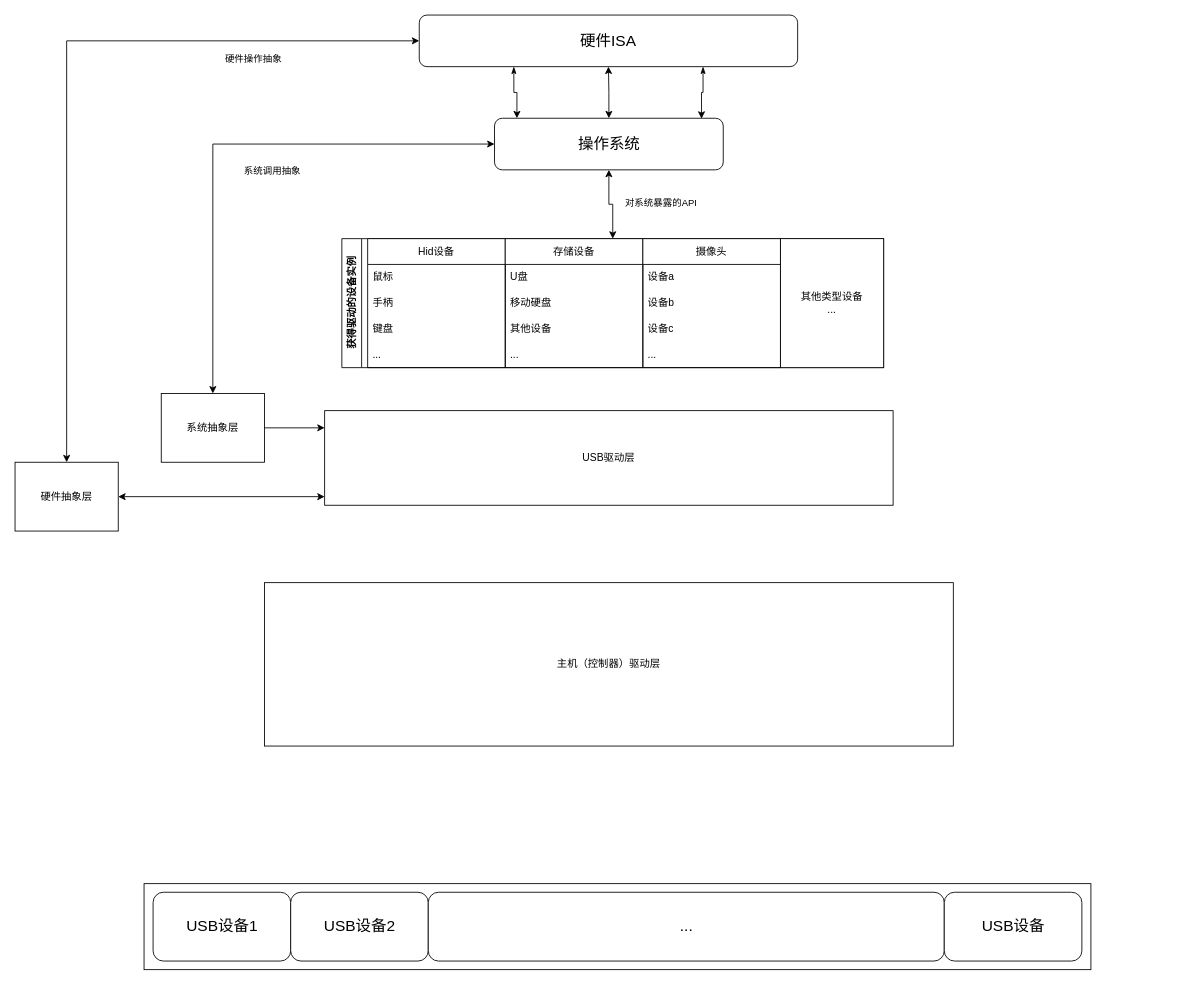
dbydd/UUSBDriver keeps this draw.io diagram as documents/架构.drawio. Above is the earlier version. Source tidied: cells renumbered, new cells numbered last; positions are measured from the earlier drawing's top-left corner, leaving out a move shared by most shapes. Both pictures are drawn from the tidied source at 86%, with x=0, y=0 at pixel (15, 15).
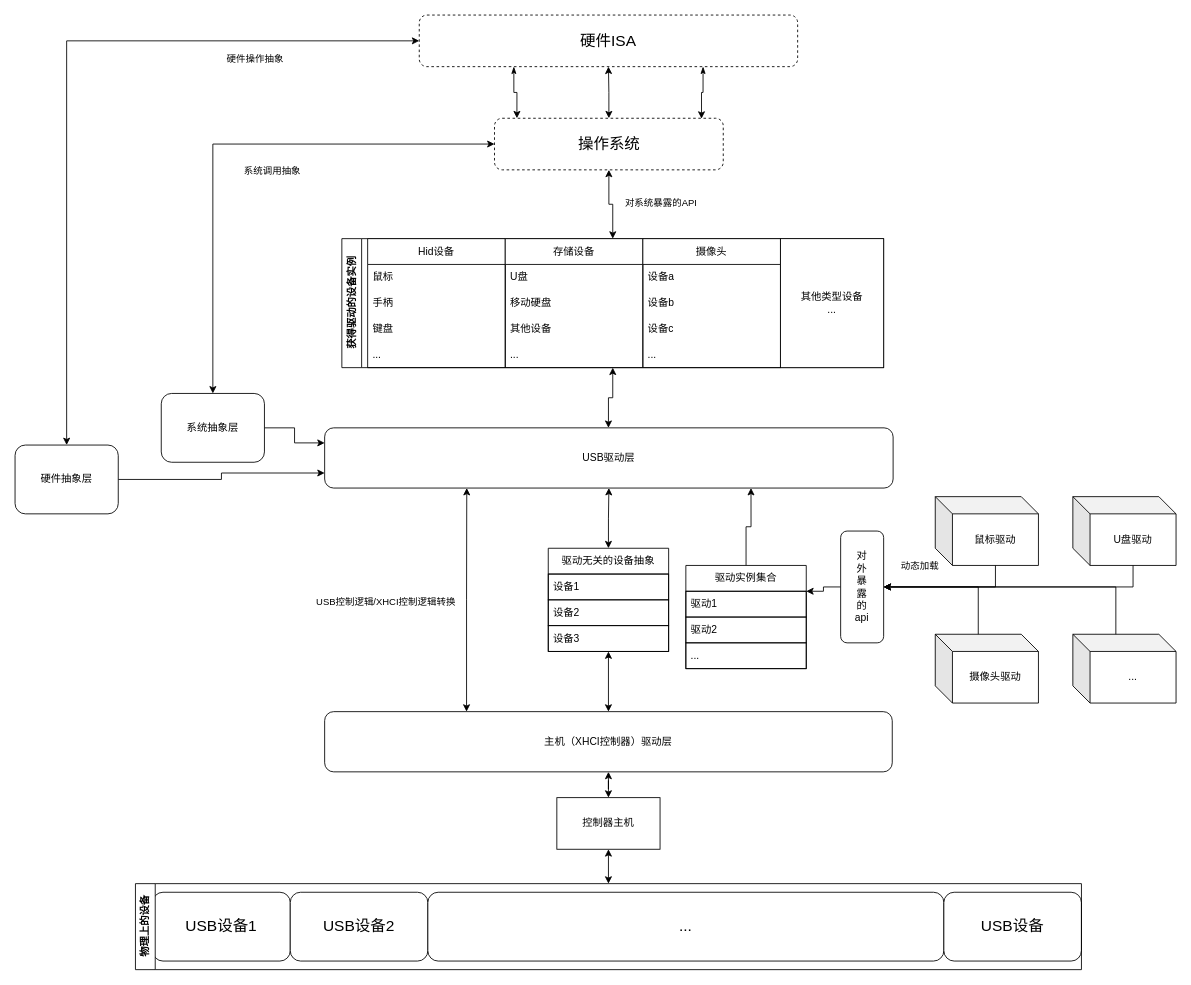
Above is the later version.

Unchanged cells that the change refers to:
```xml
<mxCell id="15" value="获得驱动的设备实例" style="swimlane;horizontal=0;whiteSpace=wrap;html=1;" parent="1" vertex="1">
  <mxGeometry x="380" y="260" width="630" height="150" as="geometry" />
</mxCell>
```

Diff of the diagram source:
```diff
@@
-    <mxCell id="3" value="&lt;font style=&quot;font-size: 18px;&quot;&gt;操作系统&lt;/font&gt;" style="rounded=1;whiteSpace=wrap;html=1;" parent="1" vertex="1">
+    <mxCell id="3" value="&lt;font style=&quot;font-size: 18px;&quot;&gt;操作系统&lt;/font&gt;" style="rounded=1;whiteSpace=wrap;html=1;dashed=1;" parent="1" vertex="1">
       <mxGeometry x="557.5" y="120" width="266" height="60" as="geometry" />
     </mxCell>
-    <mxCell id="4" value="&lt;font style=&quot;font-size: 18px;&quot;&gt;硬件ISA&lt;/font&gt;" style="rounded=1;whiteSpace=wrap;html=1;" parent="1" vertex="1">
+    <mxCell id="4" value="&lt;font style=&quot;font-size: 18px;&quot;&gt;硬件ISA&lt;/font&gt;" style="rounded=1;whiteSpace=wrap;html=1;dashed=1;" parent="1" vertex="1">
       <mxGeometry x="470" width="440" height="60" as="geometry" />
     </mxCell>
@@
-    <mxCell id="7" style="group;" parent="1" vertex="1">
-      <mxGeometry x="150" y="1010" width="1101" height="100" as="geometry" />
-    </mxCell>
-    <mxCell id="8" style="rounded=0;whiteSpace=wrap;html=1;" parent="7" vertex="1">
-      <mxGeometry width="1101" height="100" as="geometry" />
-    </mxCell>
+    <mxCell id="13" style="edgeStyle=orthogonalEdgeStyle;rounded=0;jettySize=auto;html=1;exitX=0.5;exitY=0;exitDx=0;exitDy=0;entryX=0.5;entryY=1;entryDx=0;entryDy=0;startArrow=classic;startFill=1;" parent="1" edge="1" source="15" target="3">
+      <mxGeometry relative="1" as="geometry" />
+    </mxCell>
+    <mxCell id="14" value="对系统暴露的API" style="edgeLabel;html=1;align=center;verticalAlign=middle;fontSize=11;" parent="13" vertex="1">
+      <mxGeometry x="-0.11" relative="1" as="geometry">
+        <mxPoint x="55" y="-4" as="offset" />
+      </mxGeometry>
+    </mxCell>
+    <mxCell id="42" style="edgeStyle=orthogonalEdgeStyle;rounded=0;jettySize=auto;html=1;startArrow=classic;startFill=1;" parent="1" edge="1" source="15" target="32">
+      <mxGeometry relative="1" as="geometry">
+        <Array as="points">
+          <mxPoint x="695" y="445" />
+          <mxPoint x="690" y="445" />
+        </Array>
+      </mxGeometry>
+    </mxCell>
+    <mxCell id="32" value="USB驱动层" style="rounded=1;whiteSpace=wrap;html=1;" parent="1" vertex="1">
+      <mxGeometry x="360" y="480" width="661" height="70" as="geometry" />
+    </mxCell>
+    <mxCell id="43" style="edgeStyle=orthogonalEdgeStyle;rounded=0;jettySize=auto;html=1;exitX=0.25;exitY=0;exitDx=0;exitDy=0;entryX=0.25;entryY=1;entryDx=0;entryDy=0;startArrow=classic;startFill=1;" parent="1" edge="1" source="33" target="32">
+      <mxGeometry relative="1" as="geometry" />
+    </mxCell>
+    <mxCell id="44" value="USB控制逻辑/XHCI控制逻辑转换" style="edgeLabel;html=1;align=center;verticalAlign=middle;" parent="43" vertex="1">
+      <mxGeometry x="-0.12" y="7" relative="1" as="geometry">
+        <mxPoint x="-88" y="-13" as="offset" />
+      </mxGeometry>
+    </mxCell>
+    <mxCell id="45" style="edgeStyle=orthogonalEdgeStyle;rounded=0;jettySize=auto;html=1;entryX=0.5;entryY=0;entryDx=0;entryDy=0;startArrow=classic;startFill=1;" parent="1" edge="1" source="33" target="56">
+      <mxGeometry relative="1" as="geometry" />
+    </mxCell>
+    <mxCell id="33" value="主机（XHCI控制器）驱动层" style="rounded=1;whiteSpace=wrap;html=1;strokeColor=default;" parent="1" vertex="1">
+      <mxGeometry x="360" y="810" width="660" height="70" as="geometry" />
+    </mxCell>
+    <mxCell id="34" style="edgeStyle=orthogonalEdgeStyle;rounded=0;jettySize=auto;html=1;exitX=0.5;exitY=0;exitDx=0;exitDy=0;entryX=0;entryY=0.5;entryDx=0;entryDy=0;startArrow=classic;startFill=1;" parent="1" edge="1" source="37" target="4">
+      <mxGeometry relative="1" as="geometry" />
+    </mxCell>
+    <mxCell id="35" value="硬件操作抽象" style="edgeLabel;html=1;align=center;verticalAlign=middle;" parent="34" vertex="1">
+      <mxGeometry x="0.78" y="-2" relative="1" as="geometry">
+        <mxPoint x="-95" y="18" as="offset" />
+      </mxGeometry>
+    </mxCell>
+    <mxCell id="46" style="edgeStyle=orthogonalEdgeStyle;rounded=0;jettySize=auto;html=1;exitX=1;exitY=0.5;exitDx=0;exitDy=0;entryX=0;entryY=0.75;entryDx=0;entryDy=0;" parent="1" edge="1" source="37" target="32">
+      <mxGeometry relative="1" as="geometry" />
+    </mxCell>
+    <mxCell id="37" value="硬件抽象层" style="rounded=1;whiteSpace=wrap;html=1;" parent="1" vertex="1">
+      <mxGeometry y="500" width="120" height="80" as="geometry" />
+    </mxCell>
+    <mxCell id="39" style="edgeStyle=orthogonalEdgeStyle;rounded=0;jettySize=auto;html=1;entryX=0;entryY=0.5;entryDx=0;entryDy=0;startArrow=classic;startFill=1;" parent="1" edge="1" source="41" target="3">
+      <mxGeometry relative="1" as="geometry">
+        <Array as="points">
+          <mxPoint x="230" y="150" />
+        </Array>
+      </mxGeometry>
+    </mxCell>
+    <mxCell id="40" value="系统调用抽象" style="edgeLabel;html=1;align=center;verticalAlign=middle;" parent="39" vertex="1">
+      <mxGeometry x="0.16" y="-2" relative="1" as="geometry">
+        <mxPoint y="28" as="offset" />
+      </mxGeometry>
+    </mxCell>
+    <mxCell id="47" style="edgeStyle=orthogonalEdgeStyle;rounded=0;jettySize=auto;html=1;exitX=1;exitY=0.5;exitDx=0;exitDy=0;entryX=0;entryY=0.25;entryDx=0;entryDy=0;" parent="1" edge="1" source="41" target="32">
+      <mxGeometry relative="1" as="geometry" />
+    </mxCell>
+    <mxCell id="41" value="系统抽象层" style="rounded=1;whiteSpace=wrap;html=1;" parent="1" vertex="1">
+      <mxGeometry x="170" y="440" width="120" height="80" as="geometry" />
+    </mxCell>
+    <mxCell id="48" style="edgeStyle=orthogonalEdgeStyle;rounded=0;jettySize=auto;html=1;entryX=0.5;entryY=0;entryDx=0;entryDy=0;startArrow=classic;startFill=1;" parent="1" edge="1" source="49" target="33">
+      <mxGeometry relative="1" as="geometry" />
+    </mxCell>
+    <mxCell id="49" value="驱动无关的设备抽象" style="swimlane;fontStyle=0;horizontal=1;startSize=30;whiteSpace=wrap;html=1;" parent="1" vertex="1">
+      <mxGeometry x="620" y="620" width="140" height="120" as="geometry" />
+    </mxCell>
+    <mxCell id="50" value="设备1" style="text;strokeColor=default;fillColor=none;align=left;verticalAlign=middle;spacingLeft=4;spacingRight=4;overflow=hidden;whiteSpace=wrap;html=1;shadow=0;" parent="49" vertex="1">
+      <mxGeometry y="30" width="140" height="30" as="geometry" />
+    </mxCell>
+    <mxCell id="51" value="设备2" style="text;strokeColor=default;fillColor=none;align=left;verticalAlign=middle;spacingLeft=4;spacingRight=4;overflow=hidden;whiteSpace=wrap;html=1;" parent="49" vertex="1">
+      <mxGeometry y="60" width="140" height="30" as="geometry" />
+    </mxCell>
+    <mxCell id="52" value="设备3" style="text;strokeColor=default;fillColor=none;align=left;verticalAlign=middle;spacingLeft=4;spacingRight=4;overflow=hidden;whiteSpace=wrap;html=1;" parent="49" vertex="1">
+      <mxGeometry y="90" width="140" height="30" as="geometry" />
+    </mxCell>
+    <mxCell id="53" style="group;" parent="1" vertex="1">
+      <mxGeometry x="140" y="1010" width="1100" height="100" as="geometry" />
+    </mxCell>
-    <mxCell id="9" value="&lt;span style=&quot;font-size: 18px;&quot;&gt;USB&lt;/span&gt;&lt;span style=&quot;font-size: 18px; background-color: initial;&quot;&gt;设备1&lt;/span&gt;" style="rounded=1;whiteSpace=wrap;html=1;" parent="7" vertex="1">
-      <mxGeometry x="10.5" y="10" width="160" height="80" as="geometry" />
+    <mxCell id="9" value="&lt;span style=&quot;font-size: 18px;&quot;&gt;USB&lt;/span&gt;&lt;span style=&quot;font-size: 18px; background-color: initial;&quot;&gt;设备1&lt;/span&gt;" style="rounded=1;whiteSpace=wrap;html=1;" parent="53" vertex="1">
+      <mxGeometry x="20" y="10" width="160" height="80" as="geometry" />
     </mxCell>
-    <mxCell id="10" value="&lt;span style=&quot;font-size: 18px;&quot;&gt;USB&lt;/span&gt;&lt;span style=&quot;font-size: 18px; background-color: initial;&quot;&gt;设备2&lt;/span&gt;" style="rounded=1;whiteSpace=wrap;html=1;" parent="7" vertex="1">
-      <mxGeometry x="170.5" y="10" width="160" height="80" as="geometry" />
+    <mxCell id="10" value="&lt;span style=&quot;font-size: 18px;&quot;&gt;USB&lt;/span&gt;&lt;span style=&quot;font-size: 18px; background-color: initial;&quot;&gt;设备2&lt;/span&gt;" style="rounded=1;whiteSpace=wrap;html=1;" parent="53" vertex="1">
+      <mxGeometry x="180" y="10" width="160" height="80" as="geometry" />
     </mxCell>
-    <mxCell id="11" value="&lt;span style=&quot;font-size: 18px;&quot;&gt;...&lt;/span&gt;" style="rounded=1;whiteSpace=wrap;html=1;" parent="7" vertex="1">
-      <mxGeometry x="330.5" y="10" width="600" height="80" as="geometry" />
+    <mxCell id="11" value="&lt;span style=&quot;font-size: 18px;&quot;&gt;...&lt;/span&gt;" style="rounded=1;whiteSpace=wrap;html=1;" parent="53" vertex="1">
+      <mxGeometry x="340" y="10" width="600" height="80" as="geometry" />
     </mxCell>
-    <mxCell id="12" value="&lt;span style=&quot;font-size: 18px;&quot;&gt;USB&lt;/span&gt;&lt;span style=&quot;font-size: 18px; background-color: initial;&quot;&gt;设备&lt;/span&gt;" style="rounded=1;whiteSpace=wrap;html=1;" parent="7" vertex="1">
-      <mxGeometry x="930.5" y="10" width="160" height="80" as="geometry" />
+    <mxCell id="12" value="&lt;span style=&quot;font-size: 18px;&quot;&gt;USB&lt;/span&gt;&lt;span style=&quot;font-size: 18px; background-color: initial;&quot;&gt;设备&lt;/span&gt;" style="rounded=1;whiteSpace=wrap;html=1;" parent="53" vertex="1">
+      <mxGeometry x="940" y="10" width="160" height="80" as="geometry" />
     </mxCell>
-    <mxCell id="13" style="edgeStyle=orthogonalEdgeStyle;rounded=0;jettySize=auto;html=1;exitX=0.5;exitY=0;exitDx=0;exitDy=0;entryX=0.5;entryY=1;entryDx=0;entryDy=0;startArrow=classic;startFill=1;" parent="1" edge="1" source="15" target="3">
-      <mxGeometry relative="1" as="geometry" />
-    </mxCell>
-    <mxCell id="14" value="对系统暴露的API" style="edgeLabel;html=1;align=center;verticalAlign=middle;fontSize=11;" parent="13" vertex="1">
-      <mxGeometry x="-0.11" relative="1" as="geometry">
-        <mxPoint x="55" y="-4" as="offset" />
-      </mxGeometry>
-    </mxCell>
+    <mxCell id="54" value="物理上的设备" style="swimlane;horizontal=0;whiteSpace=wrap;html=1;" parent="53" vertex="1">
+      <mxGeometry width="1100" height="100" as="geometry" />
+    </mxCell>
+    <mxCell id="55" style="edgeStyle=orthogonalEdgeStyle;rounded=0;jettySize=auto;html=1;exitX=0.5;exitY=1;exitDx=0;exitDy=0;entryX=0.5;entryY=0;entryDx=0;entryDy=0;startArrow=classic;startFill=1;" parent="1" edge="1" source="56" target="54">
+      <mxGeometry relative="1" as="geometry" />
+    </mxCell>
+    <mxCell id="56" value="控制器主机" style="rounded=0;whiteSpace=wrap;html=1;" parent="1" vertex="1">
+      <mxGeometry x="630" y="910" width="120" height="60" as="geometry" />
+    </mxCell>
+    <mxCell id="57" style="edgeStyle=orthogonalEdgeStyle;rounded=0;jettySize=auto;html=1;exitX=0.5;exitY=0;exitDx=0;exitDy=0;entryX=0.5;entryY=1;entryDx=0;entryDy=0;startArrow=classic;startFill=1;" parent="1" edge="1" source="49" target="32">
+      <mxGeometry relative="1" as="geometry" />
+    </mxCell>
+    <mxCell id="58" style="edgeStyle=orthogonalEdgeStyle;rounded=0;jettySize=auto;html=1;exitX=0;exitY=0.5;exitDx=0;exitDy=0;entryX=1;entryY=0.25;entryDx=0;entryDy=0;" parent="1" edge="1" source="59" target="70">
+      <mxGeometry relative="1" as="geometry" />
+    </mxCell>
+    <mxCell id="59" value="对&lt;div&gt;外&lt;/div&gt;&lt;div&gt;暴&lt;/div&gt;&lt;div&gt;露&lt;/div&gt;&lt;div&gt;的&lt;/div&gt;&lt;div&gt;api&lt;/div&gt;" style="rounded=1;whiteSpace=wrap;html=1;" parent="1" vertex="1">
+      <mxGeometry x="960" y="600" width="50" height="130" as="geometry" />
+    </mxCell>
+    <mxCell id="60" value="鼠标驱动" style="shape=cube;whiteSpace=wrap;html=1;boundedLbl=1;backgroundOutline=1;darkOpacity=0.05;darkOpacity2=0.1;" parent="1" vertex="1">
+      <mxGeometry x="1070" y="560" width="120" height="80" as="geometry" />
+    </mxCell>
+    <mxCell id="61" value="U盘驱动" style="shape=cube;whiteSpace=wrap;html=1;boundedLbl=1;backgroundOutline=1;darkOpacity=0.05;darkOpacity2=0.1;" parent="1" vertex="1">
+      <mxGeometry x="1230" y="560" width="120" height="80" as="geometry" />
+    </mxCell>
+    <mxCell id="62" value="摄像头驱动" style="shape=cube;whiteSpace=wrap;html=1;boundedLbl=1;backgroundOutline=1;darkOpacity=0.05;darkOpacity2=0.1;" parent="1" vertex="1">
+      <mxGeometry x="1070" y="720" width="120" height="80" as="geometry" />
+    </mxCell>
+    <mxCell id="63" value="..." style="shape=cube;whiteSpace=wrap;html=1;boundedLbl=1;backgroundOutline=1;darkOpacity=0.05;darkOpacity2=0.1;" parent="1" vertex="1">
+      <mxGeometry x="1230" y="720" width="120" height="80" as="geometry" />
+    </mxCell>
+    <mxCell id="64" style="edgeStyle=orthogonalEdgeStyle;rounded=0;jettySize=auto;html=1;exitX=1;exitY=0.5;exitDx=0;exitDy=0;entryX=0;entryY=0;entryDx=70;entryDy=80;entryPerimeter=0;startArrow=classic;startFill=1;endArrow=none;endFill=0;" parent="1" edge="1" source="59" target="61">
+      <mxGeometry relative="1" as="geometry" />
+    </mxCell>
+    <mxCell id="65" style="edgeStyle=orthogonalEdgeStyle;rounded=0;jettySize=auto;html=1;exitX=1;exitY=0.5;exitDx=0;exitDy=0;entryX=0;entryY=0;entryDx=50;entryDy=0;entryPerimeter=0;startArrow=classic;startFill=1;endArrow=none;endFill=0;" parent="1" edge="1" source="59" target="63">
+      <mxGeometry relative="1" as="geometry" />
+    </mxCell>
+    <mxCell id="66" style="edgeStyle=orthogonalEdgeStyle;rounded=0;jettySize=auto;html=1;exitX=1;exitY=0.5;exitDx=0;exitDy=0;entryX=0;entryY=0;entryDx=50;entryDy=0;entryPerimeter=0;startArrow=classic;startFill=1;endArrow=none;endFill=0;" parent="1" edge="1" source="59" target="62">
+      <mxGeometry relative="1" as="geometry" />
+    </mxCell>
+    <mxCell id="67" style="edgeStyle=orthogonalEdgeStyle;rounded=0;jettySize=auto;html=1;exitX=1;exitY=0.5;exitDx=0;exitDy=0;entryX=0;entryY=0;entryDx=70;entryDy=80;entryPerimeter=0;startArrow=classic;startFill=1;endArrow=none;endFill=0;" parent="1" edge="1" source="59" target="60">
+      <mxGeometry relative="1" as="geometry" />
+    </mxCell>
+    <mxCell id="68" value="动态加载" style="edgeLabel;html=1;align=center;verticalAlign=middle;" parent="67" vertex="1">
+      <mxGeometry x="-0.26" y="1" relative="1" as="geometry">
+        <mxPoint x="-16" y="-24" as="offset" />
+      </mxGeometry>
+    </mxCell>
+    <mxCell id="69" style="edgeStyle=orthogonalEdgeStyle;rounded=0;jettySize=auto;html=1;exitX=0.5;exitY=0;exitDx=0;exitDy=0;entryX=0.75;entryY=1;entryDx=0;entryDy=0;" parent="1" edge="1" source="70" target="32">
+      <mxGeometry relative="1" as="geometry" />
+    </mxCell>
+    <mxCell id="70" value="驱动实例集合" style="swimlane;fontStyle=0;horizontal=1;startSize=30;whiteSpace=wrap;html=1;" parent="1" vertex="1">
+      <mxGeometry x="780" y="640" width="140" height="120" as="geometry" />
+    </mxCell>
+    <mxCell id="71" value="驱动1" style="text;strokeColor=default;fillColor=none;align=left;verticalAlign=middle;spacingLeft=4;spacingRight=4;overflow=hidden;whiteSpace=wrap;html=1;shadow=0;" parent="70" vertex="1">
+      <mxGeometry y="30" width="140" height="30" as="geometry" />
+    </mxCell>
+    <mxCell id="72" value="驱动2" style="text;strokeColor=default;fillColor=none;align=left;verticalAlign=middle;spacingLeft=4;spacingRight=4;overflow=hidden;whiteSpace=wrap;html=1;" parent="70" vertex="1">
+      <mxGeometry y="60" width="140" height="30" as="geometry" />
+    </mxCell>
+    <mxCell id="73" value="..." style="text;strokeColor=default;fillColor=none;align=left;verticalAlign=middle;spacingLeft=4;spacingRight=4;overflow=hidden;whiteSpace=wrap;html=1;" parent="70" vertex="1">
+      <mxGeometry y="90" width="140" height="30" as="geometry" />
+    </mxCell>
@@
-    <mxCell id="32" value="USB驱动层" style="rounded=0;whiteSpace=wrap;html=1;" parent="1" vertex="1">
-      <mxGeometry x="360" y="460" width="661" height="110" as="geometry" />
-    </mxCell>
-    <mxCell id="33" value="主机（控制器）驱动层" style="rounded=0;whiteSpace=wrap;html=1;" parent="1" vertex="1">
-      <mxGeometry x="290" y="660" width="801" height="190" as="geometry" />
-    </mxCell>
-    <mxCell id="34" style="edgeStyle=orthogonalEdgeStyle;rounded=0;jettySize=auto;html=1;exitX=0.5;exitY=0;exitDx=0;exitDy=0;entryX=0;entryY=0.5;entryDx=0;entryDy=0;startArrow=classic;startFill=1;" parent="1" edge="1" source="37" target="4">
-      <mxGeometry relative="1" as="geometry" />
-    </mxCell>
-    <mxCell id="35" value="硬件操作抽象" style="edgeLabel;html=1;align=center;verticalAlign=middle;" parent="34" vertex="1">
-      <mxGeometry x="0.78" y="-2" relative="1" as="geometry">
-        <mxPoint x="-95" y="18" as="offset" />
-      </mxGeometry>
-    </mxCell>
-    <mxCell id="36" style="edgeStyle=orthogonalEdgeStyle;rounded=0;jettySize=auto;html=1;startArrow=classic;startFill=1;" parent="1" edge="1" source="37">
-      <mxGeometry relative="1" as="geometry">
-        <mxPoint x="360" y="560" as="targetPoint" />
-        <Array as="points">
-          <mxPoint x="360" y="560" />
-        </Array>
-      </mxGeometry>
-    </mxCell>
-    <mxCell id="37" value="硬件抽象层" style="rounded=0;whiteSpace=wrap;html=1;" parent="1" vertex="1">
-      <mxGeometry y="520" width="120" height="80" as="geometry" />
-    </mxCell>
-    <mxCell id="38" style="edgeStyle=orthogonalEdgeStyle;rounded=0;jettySize=auto;html=1;exitX=1;exitY=0.5;exitDx=0;exitDy=0;" parent="1" edge="1" source="41">
-      <mxGeometry relative="1" as="geometry">
-        <mxPoint x="360" y="480" as="targetPoint" />
-        <Array as="points">
-          <mxPoint x="360" y="480" />
-        </Array>
-      </mxGeometry>
-    </mxCell>
-    <mxCell id="39" style="edgeStyle=orthogonalEdgeStyle;rounded=0;jettySize=auto;html=1;entryX=0;entryY=0.5;entryDx=0;entryDy=0;startArrow=classic;startFill=1;" parent="1" edge="1" source="41" target="3">
-      <mxGeometry relative="1" as="geometry">
-        <Array as="points">
-          <mxPoint x="230" y="150" />
-        </Array>
-      </mxGeometry>
-    </mxCell>
-    <mxCell id="40" value="系统调用抽象" style="edgeLabel;html=1;align=center;verticalAlign=middle;" parent="39" vertex="1">
-      <mxGeometry x="0.16" y="-2" relative="1" as="geometry">
-        <mxPoint y="28" as="offset" />
-      </mxGeometry>
-    </mxCell>
-    <mxCell id="41" value="系统抽象层" style="rounded=0;whiteSpace=wrap;html=1;" parent="1" vertex="1">
-      <mxGeometry x="170" y="440" width="120" height="80" as="geometry" />
-    </mxCell>
```
